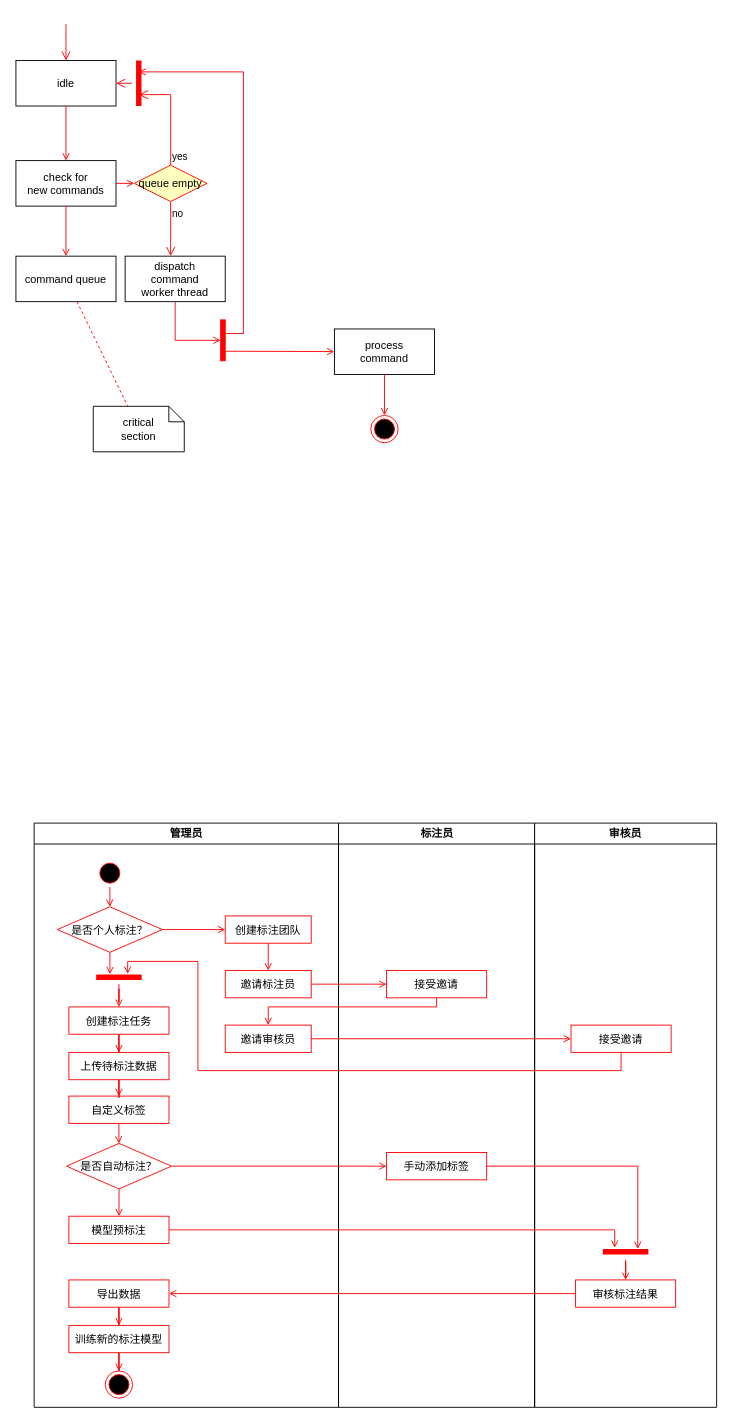
Earlier version of the draw.io diagram 系统流程泳道图.drawio (come-on-reader/draw-io). Source tidied: cells renumbered, new cells numbered last; positions are measured from the earlier drawing's top-left corner, leaving out a move shared by most shapes. Both pictures are drawn from the tidied source at 91%, with x=0, y=0 at pixel (15, 24).
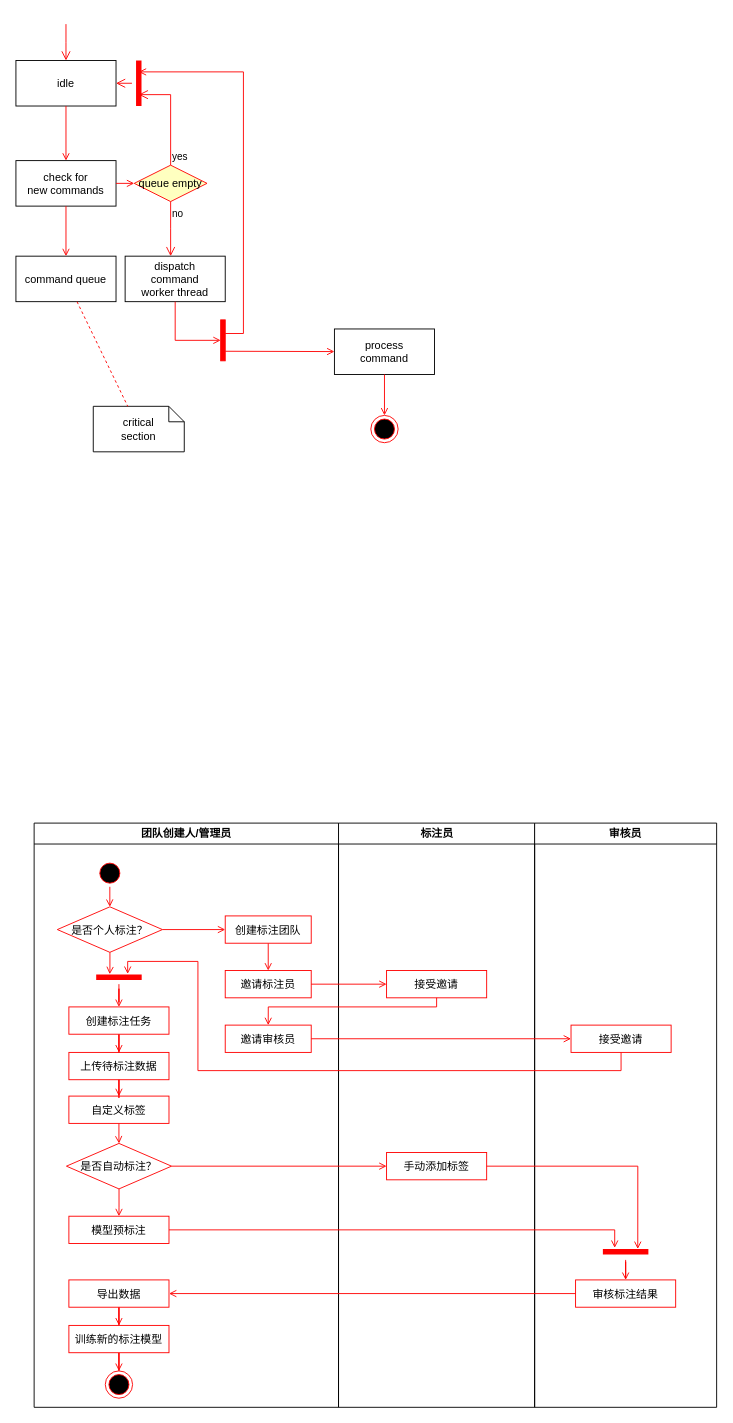
The same page after the edit.

Commit message:
更新系统流程泳道图.drawio

The edit, as a diff of the source:
```diff
@@
-    <mxCell id="2" value="管理员" style="swimlane;whiteSpace=wrap;fontColor=#000000;" parent="1" vertex="1">
+    <mxCell id="2" value="团队创建人/管理员" style="swimlane;whiteSpace=wrap;fontColor=#000000;" parent="1" vertex="1">
       <mxGeometry x="20" y="878" width="334.5" height="642" as="geometry" />
     </mxCell>
```
